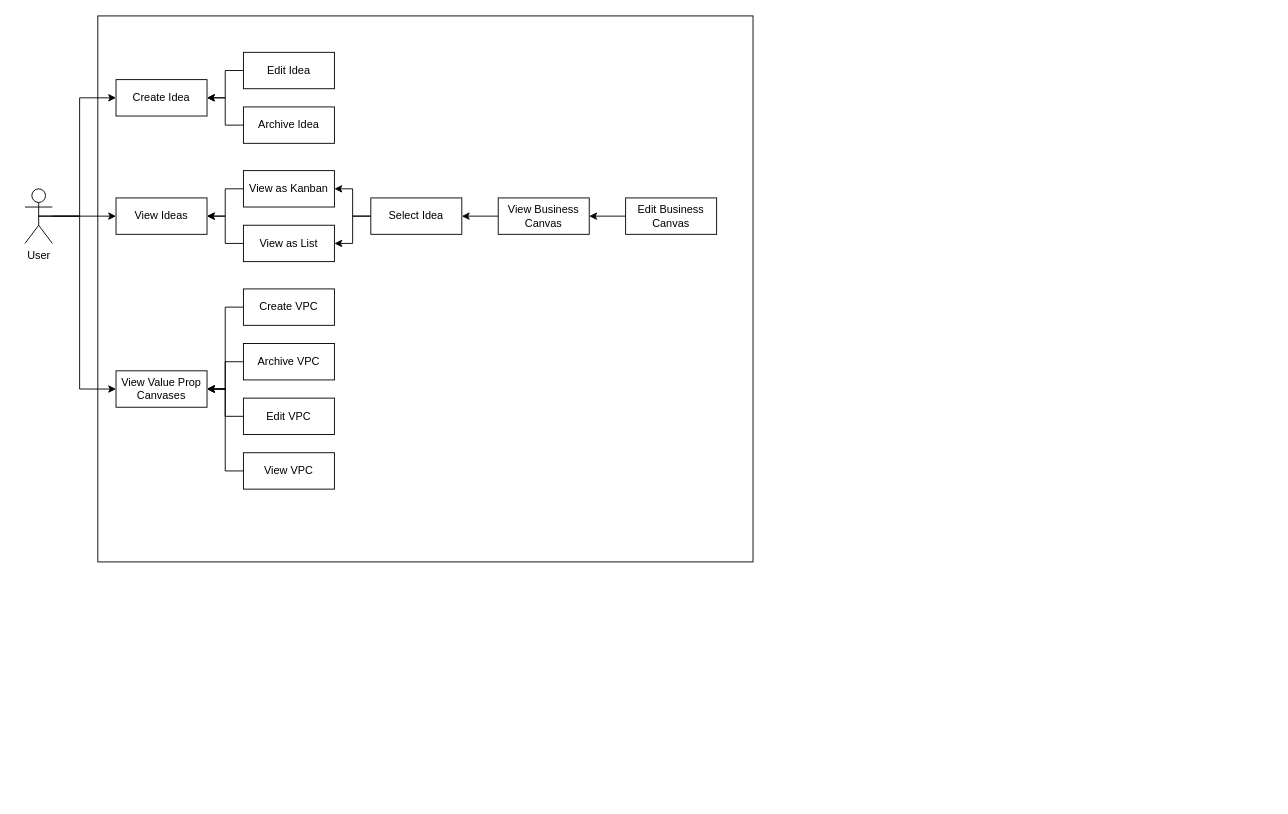
Above: page "use-cases" (1 of 4) of documentation/design/use-case-diagram.drawio in crkaz/IdeaT (draw.io), before the change. Source tidied: cells renumbered, new cells numbered last; positions are measured from the earlier drawing's top-left corner, leaving out a move shared by most shapes. Both pictures are drawn from the tidied source at 91%, with x=0, y=0 at pixel (25, 15).
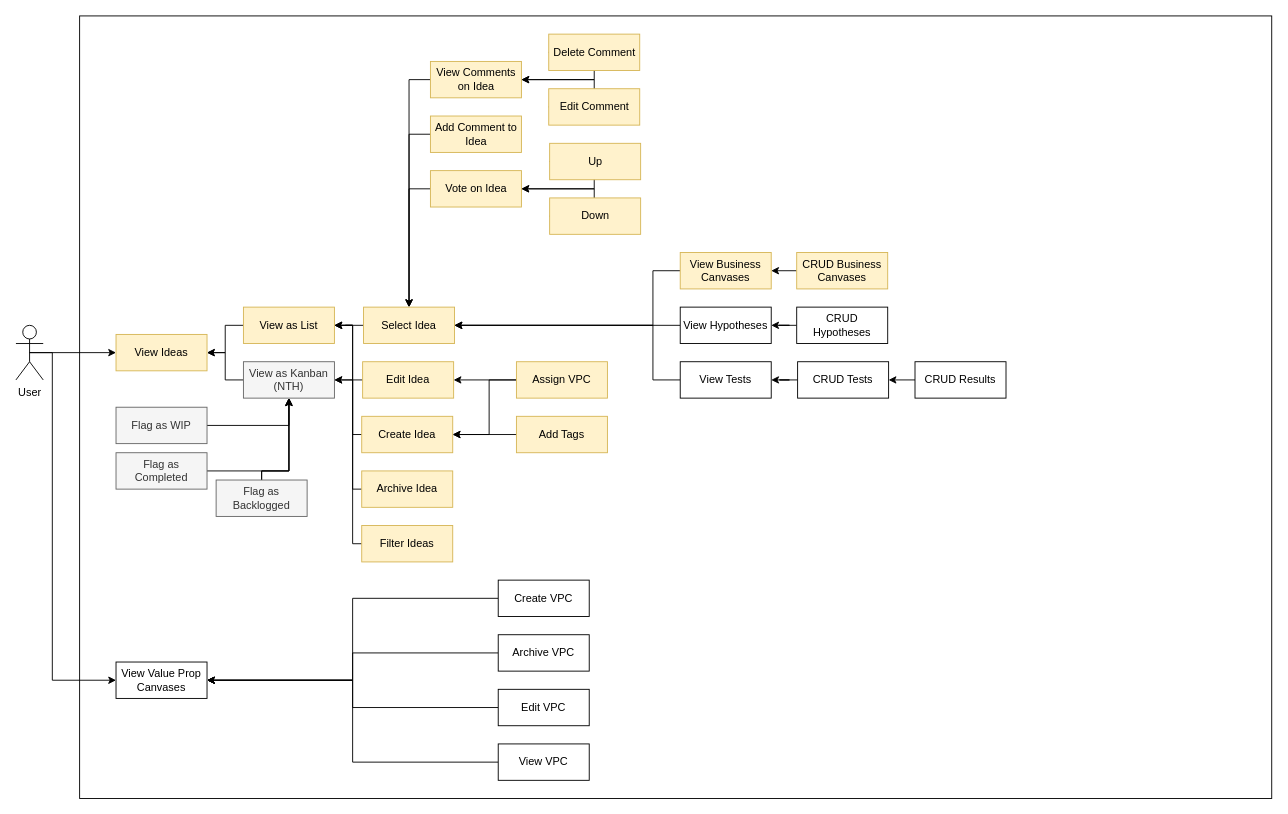
Above is the later version.

Commit message:
Updated UI designs and rough use-case diagram

The edit, as a diff of the source:
```diff
@@
     <mxCell id="2" style="rounded=0;whiteSpace=wrap;html=1;" parent="1" vertex="1">
-      <mxGeometry x="80" width="720" height="600" as="geometry" />
+      <mxGeometry x="60" width="1310" height="860" as="geometry" />
     </mxCell>
-    <mxCell id="3" style="edgeStyle=orthogonalEdgeStyle;rounded=0;jettySize=auto;html=1;entryX=0;entryY=0.5;entryDx=0;entryDy=0;" parent="1" edge="1" source="6" target="12">
+    <mxCell id="3" style="edgeStyle=orthogonalEdgeStyle;rounded=0;jettySize=auto;html=1;exitX=0.5;exitY=0.5;exitDx=0;exitDy=0;exitPerimeter=0;entryX=0;entryY=0.5;entryDx=0;entryDy=0;" parent="1" edge="1" source="6" target="12">
       <mxGeometry relative="1" as="geometry" />
     </mxCell>
     <mxCell id="4" style="edgeStyle=orthogonalEdgeStyle;rounded=0;jettySize=auto;html=1;exitX=0.5;exitY=0.5;exitDx=0;exitDy=0;exitPerimeter=0;entryX=0;entryY=0.5;entryDx=0;entryDy=0;" parent="1" edge="1" source="6" target="26">
       <mxGeometry relative="1" as="geometry">
         <Array as="points">
-          <mxPoint x="60" y="220" />
-          <mxPoint x="60" y="410" />
+          <mxPoint x="30" y="370" />
+          <mxPoint x="30" y="730" />
         </Array>
       </mxGeometry>
     </mxCell>
-    <mxCell id="5" style="edgeStyle=orthogonalEdgeStyle;rounded=0;jettySize=auto;html=1;exitX=0.5;exitY=0.5;exitDx=0;exitDy=0;exitPerimeter=0;entryX=0;entryY=0.5;entryDx=0;entryDy=0;" parent="1" edge="1" source="6" target="7">
-      <mxGeometry relative="1" as="geometry">
-        <Array as="points">
-          <mxPoint x="60" y="220" />
-          <mxPoint x="60" y="90" />
-        </Array>
-      </mxGeometry>
-    </mxCell>
     <mxCell id="6" value="User" style="shape=umlActor;verticalLabelPosition=bottom;verticalAlign=top;html=1;outlineConnect=0;" parent="1" vertex="1">
-      <mxGeometry y="190" width="30" height="60" as="geometry" />
+      <mxGeometry x="-10" y="340" width="30" height="60" as="geometry" />
     </mxCell>
+    <mxCell id="33" style="edgeStyle=orthogonalEdgeStyle;rounded=0;jettySize=auto;html=1;entryX=1;entryY=0.5;entryDx=0;entryDy=0;" parent="1" edge="1" source="11" target="16">
+      <mxGeometry relative="1" as="geometry">
+        <Array as="points">
+          <mxPoint x="360" y="520" />
+          <mxPoint x="360" y="340" />
+        </Array>
+      </mxGeometry>
+    </mxCell>
+    <mxCell id="34" style="edgeStyle=orthogonalEdgeStyle;rounded=0;jettySize=auto;html=1;exitX=0;exitY=0.5;exitDx=0;exitDy=0;entryX=1;entryY=0.5;entryDx=0;entryDy=0;" parent="1" edge="1" source="7" target="14">
+      <mxGeometry relative="1" as="geometry">
+        <Array as="points">
+          <mxPoint x="360" y="460" />
+          <mxPoint x="360" y="400" />
+        </Array>
+      </mxGeometry>
+    </mxCell>
-    <mxCell id="7" value="Create Idea" style="rounded=0;whiteSpace=wrap;html=1;" parent="1" vertex="1">
-      <mxGeometry x="100" y="70" width="100" height="40" as="geometry" />
+    <mxCell id="7" value="Create Idea" style="rounded=0;whiteSpace=wrap;html=1;fillColor=#fff2cc;strokeColor=#d6b656;" parent="1" vertex="1">
+      <mxGeometry x="370" y="440" width="100" height="40" as="geometry" />
     </mxCell>
-    <mxCell id="8" style="edgeStyle=orthogonalEdgeStyle;rounded=0;jettySize=auto;html=1;exitX=0;exitY=0.5;exitDx=0;exitDy=0;entryX=1;entryY=0.5;entryDx=0;entryDy=0;" parent="1" edge="1" source="9" target="7">
-      <mxGeometry relative="1" as="geometry" />
-    </mxCell>
+    <mxCell id="35" style="edgeStyle=orthogonalEdgeStyle;rounded=0;jettySize=auto;html=1;exitX=0;exitY=0.5;exitDx=0;exitDy=0;entryX=1;entryY=0.5;entryDx=0;entryDy=0;" parent="1" edge="1" source="9" target="16">
+      <mxGeometry relative="1" as="geometry">
+        <Array as="points">
+          <mxPoint x="360" y="400" />
+          <mxPoint x="360" y="340" />
+        </Array>
+      </mxGeometry>
+    </mxCell>
-    <mxCell id="9" value="Edit Idea" style="rounded=0;whiteSpace=wrap;html=1;" parent="1" vertex="1">
-      <mxGeometry x="240" y="40" width="100" height="40" as="geometry" />
+    <mxCell id="9" value="Edit Idea" style="rounded=0;whiteSpace=wrap;html=1;fillColor=#fff2cc;strokeColor=#d6b656;" parent="1" vertex="1">
+      <mxGeometry x="371" y="380" width="100" height="40" as="geometry" />
     </mxCell>
-    <mxCell id="10" style="edgeStyle=orthogonalEdgeStyle;rounded=0;jettySize=auto;html=1;exitX=0;exitY=0.5;exitDx=0;exitDy=0;entryX=1;entryY=0.5;entryDx=0;entryDy=0;" parent="1" edge="1" source="11" target="7">
-      <mxGeometry relative="1" as="geometry" />
-    </mxCell>
-    <mxCell id="11" value="Archive Idea" style="rounded=0;whiteSpace=wrap;html=1;" parent="1" vertex="1">
-      <mxGeometry x="240" y="100" width="100" height="40" as="geometry" />
-    </mxCell>
-    <mxCell id="12" value="View Ideas" style="rounded=0;whiteSpace=wrap;html=1;" parent="1" vertex="1">
-      <mxGeometry x="100" y="200" width="100" height="40" as="geometry" />
+    <mxCell id="12" value="View Ideas" style="rounded=0;whiteSpace=wrap;html=1;fillColor=#fff2cc;strokeColor=#d6b656;" parent="1" vertex="1">
+      <mxGeometry x="100" y="350" width="100" height="40" as="geometry" />
     </mxCell>
@@
-    <mxCell id="14" value="View as Kanban" style="rounded=0;whiteSpace=wrap;html=1;" parent="1" vertex="1">
-      <mxGeometry x="240" y="170" width="100" height="40" as="geometry" />
+    <mxCell id="14" value="View as Kanban (NTH)" style="rounded=0;whiteSpace=wrap;html=1;fillColor=#f5f5f5;strokeColor=#666666;fontColor=#333333;" parent="1" vertex="1">
+      <mxGeometry x="240" y="380" width="100" height="40" as="geometry" />
     </mxCell>
@@
-    <mxCell id="16" value="View as List" style="rounded=0;whiteSpace=wrap;html=1;" parent="1" vertex="1">
-      <mxGeometry x="240" y="230" width="100" height="40" as="geometry" />
+    <mxCell id="16" value="View as List" style="rounded=0;whiteSpace=wrap;html=1;fillColor=#fff2cc;strokeColor=#d6b656;" parent="1" vertex="1">
+      <mxGeometry x="240" y="320" width="100" height="40" as="geometry" />
     </mxCell>
-    <mxCell id="17" style="edgeStyle=orthogonalEdgeStyle;rounded=0;jettySize=auto;html=1;exitX=0;exitY=0.5;exitDx=0;exitDy=0;entryX=1;entryY=0.5;entryDx=0;entryDy=0;" parent="1" edge="1" source="19" target="14">
-      <mxGeometry relative="1" as="geometry" />
-    </mxCell>
-    <mxCell id="18" style="edgeStyle=orthogonalEdgeStyle;rounded=0;jettySize=auto;html=1;exitX=0;exitY=0.5;exitDx=0;exitDy=0;entryX=1;entryY=0.5;entryDx=0;entryDy=0;" parent="1" edge="1" source="19" target="16">
+    <mxCell id="18" style="edgeStyle=orthogonalEdgeStyle;rounded=0;jettySize=auto;html=1;exitX=0;exitY=0.5;exitDx=0;exitDy=0;" parent="1" edge="1" source="19" target="16">
       <mxGeometry relative="1" as="geometry" />
     </mxCell>
-    <mxCell id="19" value="Select Idea" style="rounded=0;whiteSpace=wrap;html=1;" parent="1" vertex="1">
-      <mxGeometry x="380" y="200" width="100" height="40" as="geometry" />
+    <mxCell id="19" value="Select Idea" style="rounded=0;whiteSpace=wrap;html=1;fillColor=#fff2cc;strokeColor=#d6b656;" parent="1" vertex="1">
+      <mxGeometry x="372" y="320" width="100" height="40" as="geometry" />
     </mxCell>
     <mxCell id="20" style="edgeStyle=orthogonalEdgeStyle;rounded=0;jettySize=auto;html=1;exitX=0;exitY=0.5;exitDx=0;exitDy=0;entryX=1;entryY=0.5;entryDx=0;entryDy=0;" parent="1" edge="1" source="21" target="19">
-      <mxGeometry relative="1" as="geometry" />
+      <mxGeometry relative="1" as="geometry">
+        <Array as="points">
+          <mxPoint x="690" y="280" />
+          <mxPoint x="690" y="340" />
+        </Array>
+      </mxGeometry>
     </mxCell>
-    <mxCell id="21" value="View Business Canvas" style="rounded=0;whiteSpace=wrap;html=1;" parent="1" vertex="1">
-      <mxGeometry x="520" y="200" width="100" height="40" as="geometry" />
+    <mxCell id="21" value="View Business Canvases" style="rounded=0;whiteSpace=wrap;html=1;fillColor=#fff2cc;strokeColor=#d6b656;" parent="1" vertex="1">
+      <mxGeometry x="720" y="260" width="100" height="40" as="geometry" />
     </mxCell>
@@
-    <mxCell id="23" value="Edit Business Canvas" style="rounded=0;whiteSpace=wrap;html=1;" parent="1" vertex="1">
-      <mxGeometry x="660" y="200" width="100" height="40" as="geometry" />
+    <mxCell id="23" value="CRUD Business Canvases" style="rounded=0;whiteSpace=wrap;html=1;fillColor=#fff2cc;strokeColor=#d6b656;" parent="1" vertex="1">
+      <mxGeometry x="848" y="260" width="100" height="40" as="geometry" />
     </mxCell>
@@
     <mxCell id="25" value="Create VPC" style="rounded=0;whiteSpace=wrap;html=1;" parent="1" vertex="1">
-      <mxGeometry x="240" y="300" width="100" height="40" as="geometry" />
+      <mxGeometry x="520" y="620" width="100" height="40" as="geometry" />
     </mxCell>
     <mxCell id="26" value="View Value Prop Canvases" style="rounded=0;whiteSpace=wrap;html=1;" parent="1" vertex="1">
-      <mxGeometry x="100" y="390" width="100" height="40" as="geometry" />
+      <mxGeometry x="100" y="710" width="100" height="40" as="geometry" />
     </mxCell>
@@
     <mxCell id="28" value="Edit VPC" style="rounded=0;whiteSpace=wrap;html=1;" parent="1" vertex="1">
-      <mxGeometry x="240" y="420" width="100" height="40" as="geometry" />
+      <mxGeometry x="520" y="740" width="100" height="40" as="geometry" />
     </mxCell>
@@
     <mxCell id="30" value="Archive VPC" style="rounded=0;whiteSpace=wrap;html=1;" parent="1" vertex="1">
-      <mxGeometry x="240" y="360" width="100" height="40" as="geometry" />
+      <mxGeometry x="520" y="680" width="100" height="40" as="geometry" />
     </mxCell>
@@
     <mxCell id="32" value="View VPC" style="rounded=0;whiteSpace=wrap;html=1;" parent="1" vertex="1">
-      <mxGeometry x="240" y="480" width="100" height="40" as="geometry" />
+      <mxGeometry x="520" y="800" width="100" height="40" as="geometry" />
     </mxCell>
+    <mxCell id="36" style="edgeStyle=orthogonalEdgeStyle;rounded=0;jettySize=auto;html=1;exitX=0;exitY=0.5;exitDx=0;exitDy=0;" parent="1" edge="1" source="38" target="9">
+      <mxGeometry relative="1" as="geometry" />
+    </mxCell>
+    <mxCell id="37" style="edgeStyle=orthogonalEdgeStyle;rounded=0;jettySize=auto;html=1;entryX=1;entryY=0.5;entryDx=0;entryDy=0;" parent="1" edge="1" source="38" target="7">
+      <mxGeometry relative="1" as="geometry">
+        <Array as="points">
+          <mxPoint x="510" y="400" />
+          <mxPoint x="510" y="460" />
+        </Array>
+      </mxGeometry>
+    </mxCell>
+    <mxCell id="38" value="Assign VPC" style="rounded=0;whiteSpace=wrap;html=1;fillColor=#fff2cc;strokeColor=#d6b656;" parent="1" vertex="1">
+      <mxGeometry x="540" y="380" width="100" height="40" as="geometry" />
+    </mxCell>
+    <mxCell id="39" style="edgeStyle=orthogonalEdgeStyle;rounded=0;jettySize=auto;html=1;exitX=0;exitY=0.5;exitDx=0;exitDy=0;" parent="1" edge="1" source="40" target="52">
+      <mxGeometry relative="1" as="geometry">
+        <Array as="points">
+          <mxPoint x="625.5" y="220" />
+          <mxPoint x="625.5" y="190" />
+        </Array>
+      </mxGeometry>
+    </mxCell>
+    <mxCell id="40" value="Down" style="rounded=0;whiteSpace=wrap;html=1;fillColor=#fff2cc;strokeColor=#d6b656;" parent="1" vertex="1">
+      <mxGeometry x="576.5" y="200" width="100" height="40" as="geometry" />
+    </mxCell>
+    <mxCell id="41" style="edgeStyle=orthogonalEdgeStyle;rounded=0;jettySize=auto;html=1;exitX=0;exitY=0.5;exitDx=0;exitDy=0;" parent="1" edge="1" source="42" target="52">
+      <mxGeometry relative="1" as="geometry">
+        <Array as="points">
+          <mxPoint x="625.5" y="160" />
+          <mxPoint x="625.5" y="190" />
+        </Array>
+      </mxGeometry>
+    </mxCell>
+    <mxCell id="42" value="Up" style="rounded=0;whiteSpace=wrap;html=1;fillColor=#fff2cc;strokeColor=#d6b656;" parent="1" vertex="1">
+      <mxGeometry x="576.5" y="140" width="100" height="40" as="geometry" />
+    </mxCell>
+    <mxCell id="43" style="edgeStyle=orthogonalEdgeStyle;rounded=0;jettySize=auto;html=1;entryX=0.5;entryY=0;entryDx=0;entryDy=0;" parent="1" edge="1" source="44" target="19">
+      <mxGeometry relative="1" as="geometry">
+        <Array as="points">
+          <mxPoint x="422" y="70" />
+        </Array>
+      </mxGeometry>
+    </mxCell>
+    <mxCell id="44" value="View Comments on Idea" style="rounded=0;whiteSpace=wrap;html=1;fillColor=#fff2cc;strokeColor=#d6b656;" parent="1" vertex="1">
+      <mxGeometry x="445.5" y="50" width="100" height="40" as="geometry" />
+    </mxCell>
+    <mxCell id="45" style="edgeStyle=orthogonalEdgeStyle;rounded=0;jettySize=auto;html=1;exitX=0;exitY=0.5;exitDx=0;exitDy=0;entryX=0.5;entryY=0;entryDx=0;entryDy=0;" parent="1" edge="1" source="46" target="19">
+      <mxGeometry relative="1" as="geometry" />
+    </mxCell>
+    <mxCell id="46" value="Add Comment to Idea" style="rounded=0;whiteSpace=wrap;html=1;fillColor=#fff2cc;strokeColor=#d6b656;" parent="1" vertex="1">
+      <mxGeometry x="445.5" y="110" width="100" height="40" as="geometry" />
+    </mxCell>
+    <mxCell id="47" style="edgeStyle=orthogonalEdgeStyle;rounded=0;jettySize=auto;html=1;exitX=0;exitY=0.5;exitDx=0;exitDy=0;entryX=1;entryY=0.5;entryDx=0;entryDy=0;" parent="1" edge="1" source="48" target="44">
+      <mxGeometry relative="1" as="geometry">
+        <Array as="points">
+          <mxPoint x="625.5" y="40" />
+          <mxPoint x="625.5" y="70" />
+        </Array>
+      </mxGeometry>
+    </mxCell>
+    <mxCell id="48" value="Delete Comment" style="rounded=0;whiteSpace=wrap;html=1;fillColor=#fff2cc;strokeColor=#d6b656;" parent="1" vertex="1">
+      <mxGeometry x="575.5" y="20" width="100" height="40" as="geometry" />
+    </mxCell>
+    <mxCell id="49" style="edgeStyle=orthogonalEdgeStyle;rounded=0;jettySize=auto;html=1;exitX=0;exitY=0.5;exitDx=0;exitDy=0;" parent="1" edge="1" source="50" target="44">
+      <mxGeometry relative="1" as="geometry">
+        <Array as="points">
+          <mxPoint x="625.5" y="100" />
+          <mxPoint x="625.5" y="70" />
+        </Array>
+      </mxGeometry>
+    </mxCell>
+    <mxCell id="50" value="Edit Comment" style="rounded=0;whiteSpace=wrap;html=1;fillColor=#fff2cc;strokeColor=#d6b656;" parent="1" vertex="1">
+      <mxGeometry x="575.5" y="80" width="100" height="40" as="geometry" />
+    </mxCell>
+    <mxCell id="51" style="edgeStyle=orthogonalEdgeStyle;rounded=0;jettySize=auto;html=1;exitX=0;exitY=0.5;exitDx=0;exitDy=0;entryX=0.5;entryY=0;entryDx=0;entryDy=0;" parent="1" edge="1" source="52" target="19">
+      <mxGeometry relative="1" as="geometry" />
+    </mxCell>
+    <mxCell id="52" value="Vote on Idea" style="rounded=0;whiteSpace=wrap;html=1;fillColor=#fff2cc;strokeColor=#d6b656;" parent="1" vertex="1">
+      <mxGeometry x="445.5" y="170" width="100" height="40" as="geometry" />
+    </mxCell>
+    <mxCell id="53" style="edgeStyle=orthogonalEdgeStyle;rounded=0;jettySize=auto;html=1;exitX=1;exitY=0.5;exitDx=0;exitDy=0;" parent="1" edge="1" source="54" target="14">
+      <mxGeometry relative="1" as="geometry" />
+    </mxCell>
+    <mxCell id="54" value="Flag as WIP" style="rounded=0;whiteSpace=wrap;html=1;fillColor=#f5f5f5;strokeColor=#666666;fontColor=#333333;" parent="1" vertex="1">
+      <mxGeometry x="100" y="430" width="100" height="40" as="geometry" />
+    </mxCell>
+    <mxCell id="55" style="edgeStyle=orthogonalEdgeStyle;rounded=0;jettySize=auto;html=1;exitX=1;exitY=0.5;exitDx=0;exitDy=0;entryX=0.5;entryY=1;entryDx=0;entryDy=0;" parent="1" edge="1" source="56" target="14">
+      <mxGeometry relative="1" as="geometry" />
+    </mxCell>
+    <mxCell id="56" value="Flag as Completed" style="rounded=0;whiteSpace=wrap;html=1;fillColor=#f5f5f5;strokeColor=#666666;fontColor=#333333;" parent="1" vertex="1">
+      <mxGeometry x="100" y="480" width="100" height="40" as="geometry" />
+    </mxCell>
+    <mxCell id="57" style="edgeStyle=orthogonalEdgeStyle;rounded=0;jettySize=auto;html=1;exitX=0.5;exitY=0;exitDx=0;exitDy=0;" parent="1" edge="1" source="59" target="14">
+      <mxGeometry relative="1" as="geometry">
+        <Array as="points">
+          <mxPoint x="260" y="500" />
+          <mxPoint x="290" y="500" />
+        </Array>
+      </mxGeometry>
+    </mxCell>
+    <mxCell id="58" style="edgeStyle=orthogonalEdgeStyle;rounded=0;jettySize=auto;html=1;" parent="1" edge="1" source="59" target="14">
+      <mxGeometry relative="1" as="geometry">
+        <Array as="points">
+          <mxPoint x="260" y="500" />
+          <mxPoint x="290" y="500" />
+        </Array>
+      </mxGeometry>
+    </mxCell>
+    <mxCell id="59" value="Flag as Backlogged" style="rounded=0;whiteSpace=wrap;html=1;fillColor=#f5f5f5;strokeColor=#666666;fontColor=#333333;" parent="1" vertex="1">
+      <mxGeometry x="210" y="510" width="100" height="40" as="geometry" />
+    </mxCell>
+    <mxCell id="11" value="Archive Idea" style="rounded=0;whiteSpace=wrap;html=1;fillColor=#fff2cc;strokeColor=#d6b656;" parent="1" vertex="1">
+      <mxGeometry x="370" y="500" width="100" height="40" as="geometry" />
+    </mxCell>
+    <mxCell id="60" style="edgeStyle=orthogonalEdgeStyle;rounded=0;jettySize=auto;html=1;exitX=0;exitY=0.5;exitDx=0;exitDy=0;" parent="1" edge="1" source="61" target="19">
+      <mxGeometry relative="1" as="geometry" />
+    </mxCell>
+    <mxCell id="61" value="View Hypotheses" style="rounded=0;whiteSpace=wrap;html=1;" parent="1" vertex="1">
+      <mxGeometry x="720" y="320" width="100" height="40" as="geometry" />
+    </mxCell>
+    <mxCell id="62" style="edgeStyle=orthogonalEdgeStyle;rounded=0;jettySize=auto;html=1;exitX=0;exitY=0.5;exitDx=0;exitDy=0;entryX=1;entryY=0.5;entryDx=0;entryDy=0;" parent="1" edge="1" source="63" target="19">
+      <mxGeometry relative="1" as="geometry">
+        <Array as="points">
+          <mxPoint x="690" y="400" />
+          <mxPoint x="690" y="340" />
+        </Array>
+      </mxGeometry>
+    </mxCell>
+    <mxCell id="63" value="View Tests" style="rounded=0;whiteSpace=wrap;html=1;" parent="1" vertex="1">
+      <mxGeometry x="720" y="380" width="100" height="40" as="geometry" />
+    </mxCell>
+    <mxCell id="64" style="edgeStyle=orthogonalEdgeStyle;rounded=0;jettySize=auto;html=1;exitX=0;exitY=0.5;exitDx=0;exitDy=0;" parent="1" edge="1" source="65" target="63">
+      <mxGeometry relative="1" as="geometry" />
+    </mxCell>
+    <mxCell id="65" value="CRUD Tests" style="rounded=0;whiteSpace=wrap;html=1;" parent="1" vertex="1">
+      <mxGeometry x="849" y="380" width="100" height="40" as="geometry" />
+    </mxCell>
+    <mxCell id="66" style="edgeStyle=orthogonalEdgeStyle;rounded=0;jettySize=auto;html=1;exitX=0;exitY=0.5;exitDx=0;exitDy=0;entryX=1;entryY=0.5;entryDx=0;entryDy=0;" parent="1" edge="1" source="67" target="65">
+      <mxGeometry relative="1" as="geometry" />
+    </mxCell>
+    <mxCell id="67" value="CRUD Results" style="rounded=0;whiteSpace=wrap;html=1;" parent="1" vertex="1">
+      <mxGeometry x="978" y="380" width="100" height="40" as="geometry" />
+    </mxCell>
+    <mxCell id="68" style="edgeStyle=orthogonalEdgeStyle;rounded=0;jettySize=auto;html=1;exitX=0;exitY=0.5;exitDx=0;exitDy=0;" parent="1" edge="1" source="69" target="61">
+      <mxGeometry relative="1" as="geometry" />
+    </mxCell>
+    <mxCell id="69" value="CRUD Hypotheses" style="rounded=0;whiteSpace=wrap;html=1;" parent="1" vertex="1">
+      <mxGeometry x="848" y="320" width="100" height="40" as="geometry" />
+    </mxCell>
+    <mxCell id="70" style="edgeStyle=orthogonalEdgeStyle;rounded=0;jettySize=auto;html=1;exitX=0;exitY=0.5;exitDx=0;exitDy=0;" parent="1" edge="1" source="71" target="7">
+      <mxGeometry relative="1" as="geometry" />
+    </mxCell>
+    <mxCell id="71" value="Add Tags" style="rounded=0;whiteSpace=wrap;html=1;fillColor=#fff2cc;strokeColor=#d6b656;" parent="1" vertex="1">
+      <mxGeometry x="540" y="440" width="100" height="40" as="geometry" />
+    </mxCell>
+    <mxCell id="72" style="edgeStyle=orthogonalEdgeStyle;rounded=0;jettySize=auto;html=1;entryX=1;entryY=0.5;entryDx=0;entryDy=0;fontSize=14;fontColor=#FFFFFF;" parent="1" edge="1" source="73" target="14">
+      <mxGeometry relative="1" as="geometry">
+        <Array as="points">
+          <mxPoint x="360" y="580" />
+          <mxPoint x="360" y="400" />
+        </Array>
+      </mxGeometry>
+    </mxCell>
+    <mxCell id="73" value="Filter Ideas" style="rounded=0;whiteSpace=wrap;html=1;fillColor=#fff2cc;strokeColor=#d6b656;" parent="1" vertex="1">
+      <mxGeometry x="370" y="560" width="100" height="40" as="geometry" />
+    </mxCell>
```
